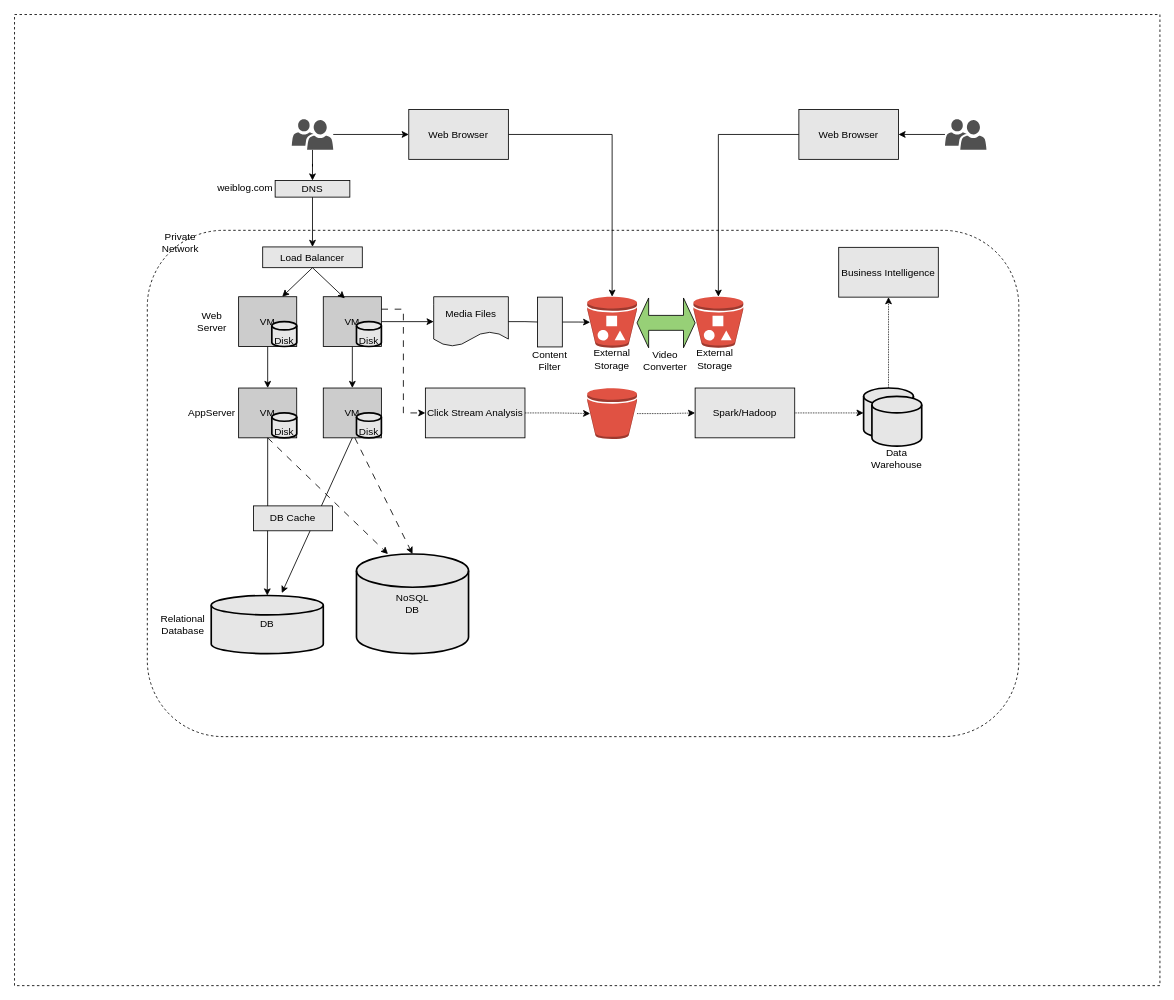
Earlier version of the draw.io diagram drawio/AWSIntro.drawio (GuilinDev/Notes). Source tidied: cells renumbered, new cells numbered last; positions are measured from the earlier drawing's top-left corner, leaving out a move shared by most shapes. Both pictures are drawn from the tidied source at 83%, with x=0, y=0 at pixel (14, 14).
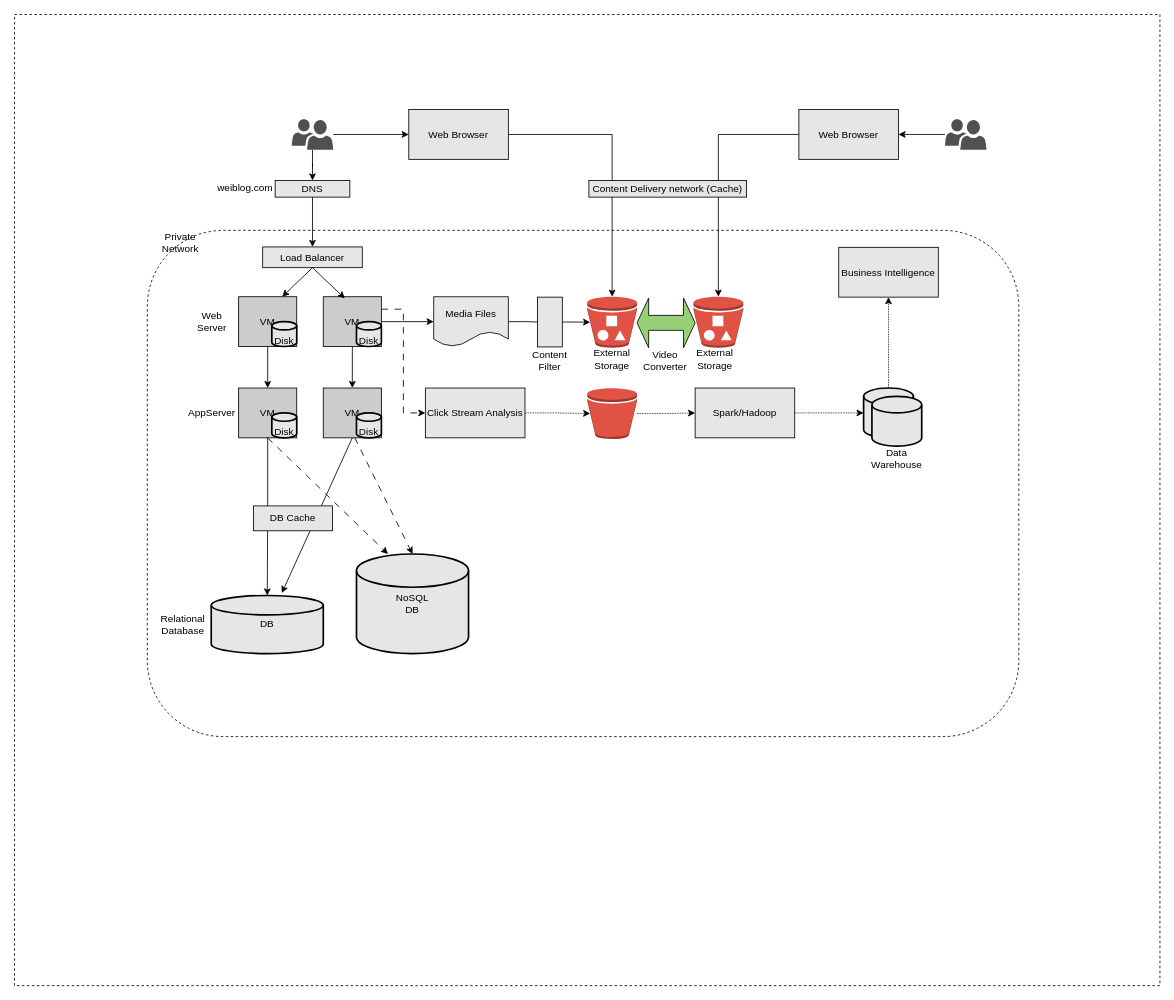
Above is the later version.

Diff of the diagram source:
```diff
@@
+    <mxCell id="64" value="Content Delivery network (Cache)" style="rounded=0;whiteSpace=wrap;html=1;fillColor=#E6E6E6;" parent="1" vertex="1">
+      <mxGeometry x="692" y="200" width="190" height="20" as="geometry" />
+    </mxCell>
```
